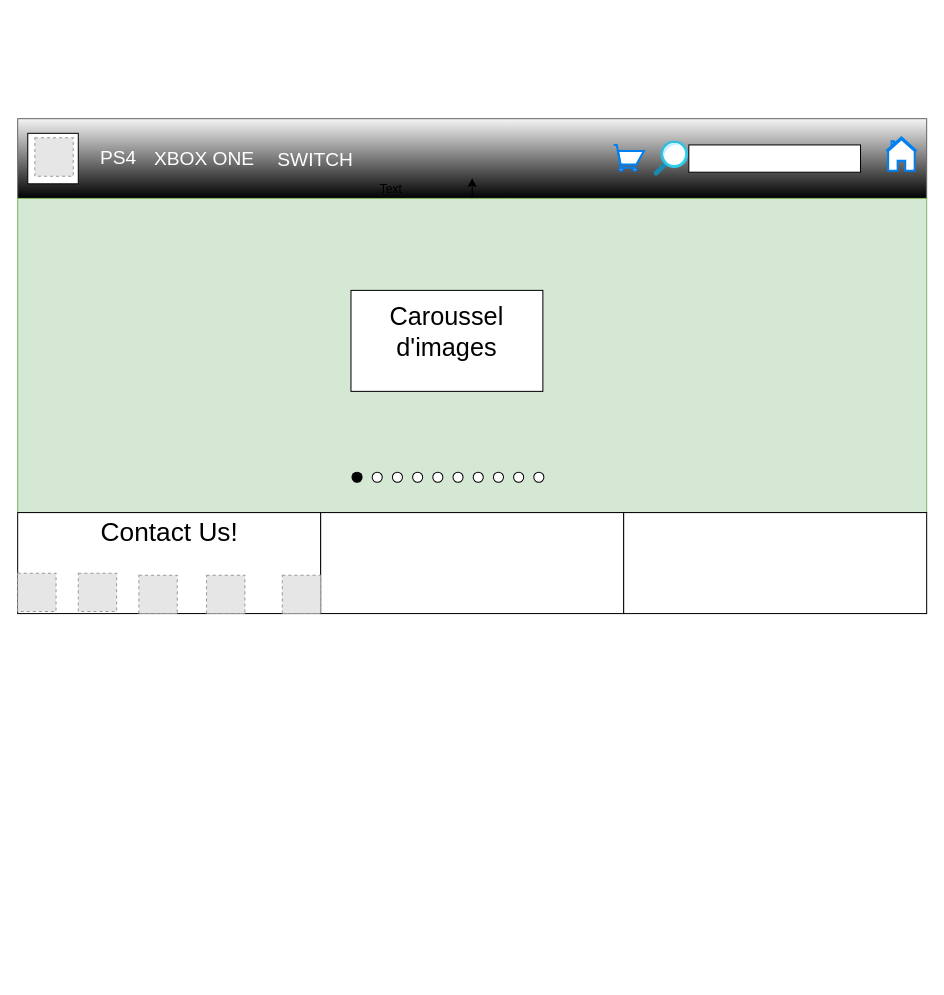
This is Untitled Diagram.drawio from At0micA55/school_stuff, a draw.io file, before an edit. Source tidied: cells renumbered, new cells numbered last; positions are measured from the earlier drawing's top-left corner, leaving out a move shared by most shapes. Both pictures are drawn from the tidied source at 101%, with x=0, y=0 at pixel (17, 118). Pictures stored in the file or linked from it are replaced by grey dashed boxes.
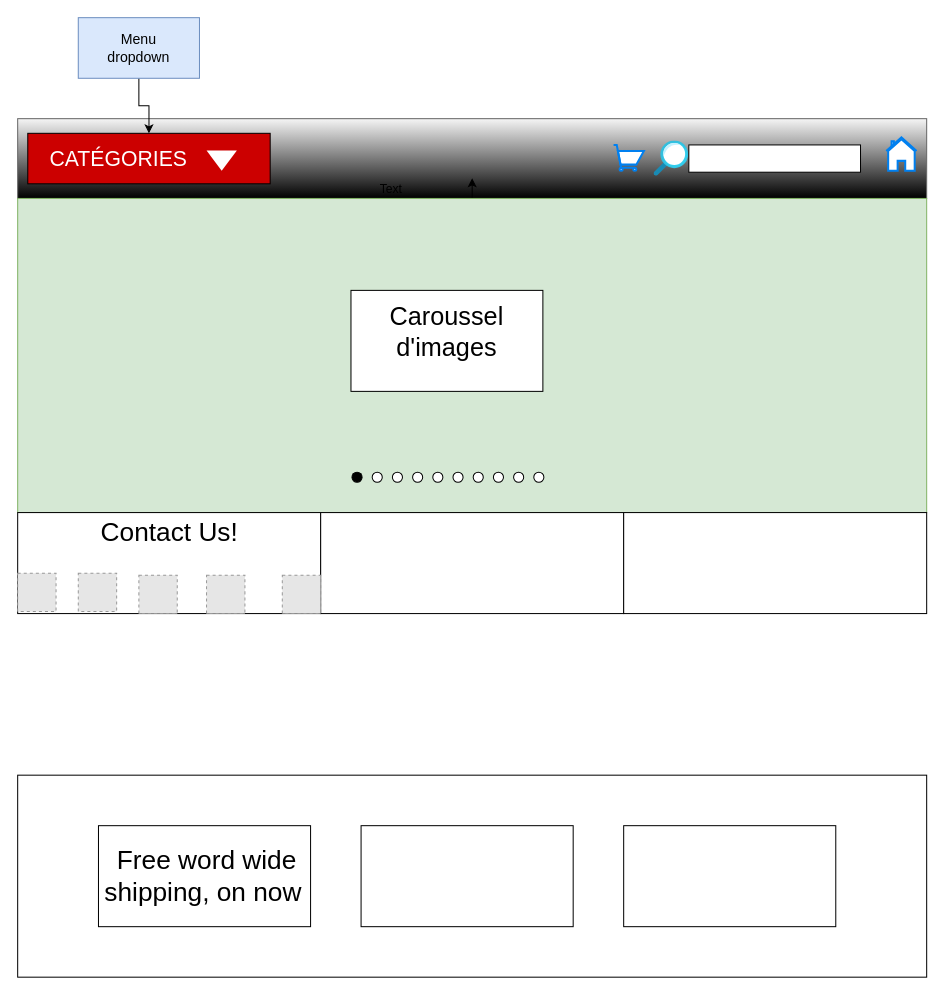
After the change.

Diff of the diagram source:
```diff
@@
-    <mxCell id="23" value="&lt;font style=&quot;font-size: 19px&quot; color=&quot;#FFFFFF&quot;&gt;PS4&lt;/font&gt;" style="text;html=1;strokeColor=none;fillColor=none;align=center;verticalAlign=middle;whiteSpace=wrap;rounded=0;" parent="1" vertex="1">
-      <mxGeometry x="80" y="28.8" width="40" height="20" as="geometry" />
-    </mxCell>
@@
-    <mxCell id="25" style="rounded=0;whiteSpace=wrap;html=1;" parent="1" vertex="1">
-      <mxGeometry x="10" y="14.5" width="50" height="50" as="geometry" />
+    <mxCell id="25" style="rounded=0;whiteSpace=wrap;html=1;fillColor=#CC0000;" parent="1" vertex="1">
+      <mxGeometry x="10" y="14.5" width="240" height="50" as="geometry" />
     </mxCell>
-    <mxCell id="26" style="fillColor=#E6E6E6;strokeColor=#999999;dashed=1;html=1;verticalAlign=top;verticalLabelPosition=bottom;labelBackgroundColor=#ffffff;" parent="1" vertex="1">
-      <mxGeometry x="17" y="19" width="38" height="38" as="geometry" />
-    </mxCell>
@@
-    <mxCell id="28" value="&lt;div&gt;&lt;font style=&quot;font-size: 19px&quot; color=&quot;#FFFFFF&quot;&gt;XBOX ONE&lt;/font&gt;&lt;/div&gt;" style="text;html=1;strokeColor=none;fillColor=none;align=center;verticalAlign=middle;whiteSpace=wrap;rounded=0;" parent="1" vertex="1">
-      <mxGeometry x="130" y="29.5" width="110" height="20" as="geometry" />
-    </mxCell>
@@
-    <mxCell id="30" value="&lt;font style=&quot;font-size: 19px&quot; color=&quot;#FFFFFF&quot;&gt;SWITCH&lt;/font&gt;" style="text;html=1;strokeColor=none;fillColor=none;align=center;verticalAlign=middle;whiteSpace=wrap;rounded=0;" parent="1" vertex="1">
-      <mxGeometry x="240" y="30.8" width="110" height="20" as="geometry" />
-    </mxCell>
@@
+    <mxCell id="38" style="rounded=0;whiteSpace=wrap;html=1;" parent="1" vertex="1">
+      <mxGeometry y="650" width="900" height="200" as="geometry" />
+    </mxCell>
+    <mxCell id="39" value="&lt;font style=&quot;font-size: 21px&quot; color=&quot;#FFFFFF&quot;&gt;CATÉGORIES&lt;/font&gt;" style="text;html=1;strokeColor=none;fillColor=none;align=center;verticalAlign=middle;whiteSpace=wrap;rounded=0;" parent="1" vertex="1">
+      <mxGeometry x="80" y="28.8" width="40" height="20" as="geometry" />
+    </mxCell>
+    <mxCell id="40" style="rounded=0;whiteSpace=wrap;html=1;" parent="1" vertex="1">
+      <mxGeometry x="80" y="700" width="210" height="100" as="geometry" />
+    </mxCell>
+    <mxCell id="41" style="html=1;shadow=0;dashed=0;align=center;verticalAlign=middle;shape=mxgraph.arrows2.arrow;dy=0.6;dx=40;direction=south;notch=0;fillColor=#FFFFFF;strokeColor=none;" parent="1" vertex="1">
+      <mxGeometry x="187" y="31.5" width="30" height="20" as="geometry" />
+    </mxCell>
+    <mxCell id="42" value="&lt;span style=&quot;font-size: 26px&quot;&gt;Free word wide&lt;br&gt;shipping, on now&amp;nbsp;&lt;/span&gt;" style="text;html=1;align=center;verticalAlign=middle;fillColor=none;strokeColor=none;rounded=0;" parent="1" vertex="1">
+      <mxGeometry x="77" y="730" width="220" height="40" as="geometry" />
+    </mxCell>
+    <mxCell id="43" style="edgeStyle=orthogonalEdgeStyle;rounded=0;jettySize=auto;html=1;" parent="1" edge="1" source="45" target="25">
+      <mxGeometry relative="1" as="geometry" />
+    </mxCell>
+    <mxCell id="44" style="rounded=0;whiteSpace=wrap;html=1;" parent="1" vertex="1">
+      <mxGeometry x="340" y="700" width="210" height="100" as="geometry" />
+    </mxCell>
+    <mxCell id="45" style="rounded=0;whiteSpace=wrap;html=1;fillColor=#dae8fc;strokeColor=#6c8ebf;" parent="1" vertex="1">
+      <mxGeometry x="60" y="-100" width="120" height="60" as="geometry" />
+    </mxCell>
+    <mxCell id="46" style="rounded=0;whiteSpace=wrap;html=1;" parent="1" vertex="1">
+      <mxGeometry x="600" y="700" width="210" height="100" as="geometry" />
+    </mxCell>
+    <mxCell id="47" value="&lt;font style=&quot;font-size: 14px&quot;&gt;Menu dropdown&lt;/font&gt;" style="text;html=1;strokeColor=none;fillColor=none;align=center;verticalAlign=middle;whiteSpace=wrap;rounded=0;" parent="1" vertex="1">
+      <mxGeometry x="70" y="-85" width="100" height="30" as="geometry" />
+    </mxCell>
```
